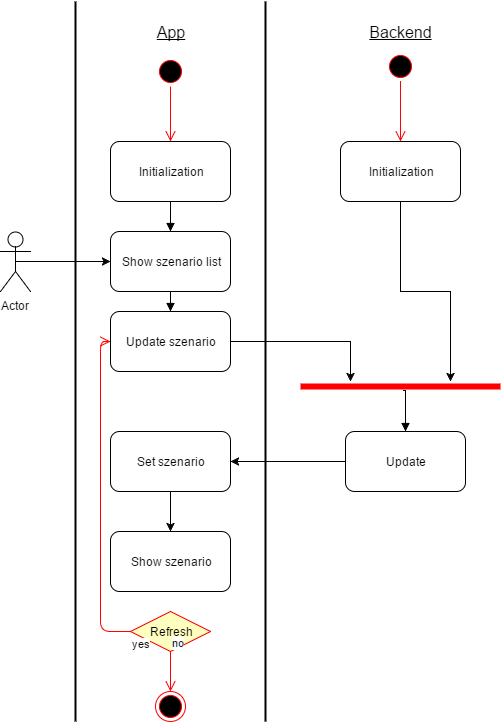
FleeAndCatch-Dev/FleeAndCatch-Docs keeps this draw.io diagram as documentation/images/use_cases/Spectator.png. Above is the earlier version. Source tidied: cells renumbered, new cells last; positions are measured from the earlier drawing's top-left corner, leaving out a move shared by most shapes. Its diagram source:
```xml
<mxGraphModel>
  <root>
    <mxCell id="0" />
    <mxCell id="1" parent="0" />
    <mxCell id="2" style="line;strokeWidth=2;direction=south;html=1;" parent="1" vertex="1">
      <mxGeometry x="260" width="10" height="720" as="geometry" />
    </mxCell>
    <mxCell id="3" value="Backend" style="text;html=1;strokeColor=none;fillColor=none;align=center;verticalAlign=middle;whiteSpace=wrap;fontSize=16;fontStyle=4;" parent="1" vertex="1">
      <mxGeometry x="380" y="20" width="40" height="20" as="geometry" />
    </mxCell>
    <mxCell id="4" value="Actor" style="shape=umlActor;verticalLabelPosition=bottom;labelBackgroundColor=#ffffff;verticalAlign=top;html=1;" parent="1" vertex="1">
      <mxGeometry y="230" width="30" height="60" as="geometry" />
    </mxCell>
    <mxCell id="5" value="App" style="text;html=1;strokeColor=none;fillColor=none;align=center;verticalAlign=middle;whiteSpace=wrap;fontSize=16;fontStyle=4;" parent="1" vertex="1">
      <mxGeometry x="150" y="20" width="40" height="20" as="geometry" />
    </mxCell>
    <mxCell id="6" style="line;strokeWidth=2;direction=south;html=1;" parent="1" vertex="1">
      <mxGeometry x="70" width="10" height="720" as="geometry" />
    </mxCell>
    <mxCell id="7" value="Initialization&lt;br&gt;" style="rounded=1;whiteSpace=wrap;html=1;" parent="1" vertex="1">
      <mxGeometry x="110" y="140" width="120" height="60" as="geometry" />
    </mxCell>
    <mxCell id="8" value="Initialization" style="rounded=1;whiteSpace=wrap;html=1;" parent="1" vertex="1">
      <mxGeometry x="340" y="140" width="120" height="60" as="geometry" />
    </mxCell>
    <mxCell id="9" style="ellipse;html=1;shape=startState;fillColor=#000000;strokeColor=#ff0000;" parent="1" vertex="1">
      <mxGeometry x="155" y="55" width="30" height="30" as="geometry" />
    </mxCell>
    <mxCell id="10" style="edgeStyle=orthogonalEdgeStyle;html=1;verticalAlign=bottom;endArrow=open;endSize=8;strokeColor=#ff0000;entryX=0.5;entryY=0;" parent="1" edge="1" source="9" target="7">
      <mxGeometry x="50" y="125" as="geometry" />
    </mxCell>
    <mxCell id="11" style="ellipse;html=1;shape=startState;fillColor=#000000;strokeColor=#ff0000;" parent="1" vertex="1">
      <mxGeometry x="385" y="50" width="30" height="30" as="geometry" />
    </mxCell>
    <mxCell id="12" style="edgeStyle=orthogonalEdgeStyle;html=1;verticalAlign=bottom;endArrow=open;endSize=8;strokeColor=#ff0000;entryX=0.5;entryY=0;" parent="1" edge="1" source="11" target="8">
      <mxGeometry x="280" y="120" as="geometry">
        <Array as="points">
          <mxPoint x="400" y="130" />
          <mxPoint x="400" y="130" />
        </Array>
      </mxGeometry>
    </mxCell>
    <mxCell id="13" value="Update" style="rounded=1;whiteSpace=wrap;html=1;" parent="1" vertex="1">
      <mxGeometry x="345" y="430" width="120" height="60" as="geometry" />
    </mxCell>
    <mxCell id="14" style="edgeStyle=orthogonalEdgeStyle;rounded=0;html=1;exitX=0.5;exitY=1;entryX=0.5;entryY=0;endArrow=block;endFill=1;jettySize=auto;fontSize=16;" parent="1" edge="1" source="15" target="18">
      <mxGeometry relative="1" as="geometry" />
    </mxCell>
    <mxCell id="15" value="Show szenario list&lt;br&gt;" style="rounded=1;whiteSpace=wrap;html=1;" parent="1" vertex="1">
      <mxGeometry x="110" y="230" width="120" height="60" as="geometry" />
    </mxCell>
    <mxCell id="16" style="edgeStyle=orthogonalEdgeStyle;rounded=0;html=1;exitX=0.5;exitY=1;entryX=0.5;entryY=0;endArrow=block;endFill=1;jettySize=auto;" parent="1" edge="1" source="7" target="15">
      <mxGeometry x="50" y="240" as="geometry" />
    </mxCell>
    <mxCell id="17" style="shape=line;html=1;strokeWidth=6;strokeColor=#ff0000;" parent="1" vertex="1">
      <mxGeometry x="300" y="380" width="200" height="10" as="geometry" />
    </mxCell>
    <mxCell id="18" value="Update szenario" style="rounded=1;whiteSpace=wrap;html=1;" parent="1" vertex="1">
      <mxGeometry x="110" y="310" width="120" height="60" as="geometry" />
    </mxCell>
    <mxCell id="19" value="Set szenario" style="rounded=1;whiteSpace=wrap;html=1;" parent="1" vertex="1">
      <mxGeometry x="110" y="430" width="120" height="60" as="geometry" />
    </mxCell>
    <mxCell id="20" style="ellipse;html=1;shape=endState;fillColor=#000000;strokeColor=#ff0000;" parent="1" vertex="1">
      <mxGeometry x="155" y="690" width="30" height="30" as="geometry" />
    </mxCell>
    <mxCell id="21" style="edgeStyle=orthogonalEdgeStyle;rounded=0;html=1;exitX=0.5;exitY=0.5;exitPerimeter=0;entryX=0;entryY=0.5;jettySize=auto;" parent="1" edge="1" source="4" target="15">
      <mxGeometry relative="1" as="geometry" />
    </mxCell>
    <mxCell id="22" style="edgeStyle=orthogonalEdgeStyle;rounded=0;html=1;exitX=1;exitY=0.5;jettySize=auto;" parent="1" edge="1" source="18">
      <mxGeometry relative="1" as="geometry">
        <mxPoint x="350" y="380" as="targetPoint" />
        <Array as="points">
          <mxPoint x="350" y="340" />
        </Array>
      </mxGeometry>
    </mxCell>
    <mxCell id="23" style="edgeStyle=orthogonalEdgeStyle;rounded=0;html=1;exitX=0.5;exitY=1;jettySize=auto;" parent="1" edge="1" source="8">
      <mxGeometry relative="1" as="geometry">
        <mxPoint x="450" y="380" as="targetPoint" />
      </mxGeometry>
    </mxCell>
    <mxCell id="24" style="edgeStyle=orthogonalEdgeStyle;rounded=0;html=1;entryX=0.5;entryY=0;endArrow=block;endFill=1;jettySize=auto;fontSize=16;exitX=0.515;exitY=0.9;exitPerimeter=0;" parent="1" edge="1" source="17" target="13">
      <mxGeometry x="600" y="430" as="geometry">
        <Array as="points">
          <mxPoint x="405" y="389" />
        </Array>
      </mxGeometry>
    </mxCell>
    <mxCell id="25" value="Show szenario" style="rounded=1;whiteSpace=wrap;html=1;" parent="1" vertex="1">
      <mxGeometry x="110" y="530" width="120" height="60" as="geometry" />
    </mxCell>
    <mxCell id="26" style="edgeStyle=orthogonalEdgeStyle;rounded=0;html=1;exitX=0.5;exitY=1;entryX=0.5;entryY=0;jettySize=auto;" parent="1" edge="1" source="19" target="25">
      <mxGeometry relative="1" as="geometry" />
    </mxCell>
    <mxCell id="27" style="edgeStyle=orthogonalEdgeStyle;rounded=0;html=1;exitX=0;exitY=0.5;entryX=1;entryY=0.5;jettySize=auto;" parent="1" edge="1" source="13" target="19">
      <mxGeometry relative="1" as="geometry" />
    </mxCell>
    <mxCell id="28" value="Refresh" style="rhombus;whiteSpace=wrap;html=1;fillColor=#ffffc0;strokeColor=#ff0000;" parent="1" vertex="1">
      <mxGeometry x="130" y="610" width="80" height="40" as="geometry" />
    </mxCell>
    <mxCell id="29" value="no" style="edgeStyle=orthogonalEdgeStyle;html=1;align=left;verticalAlign=bottom;endArrow=open;endSize=8;strokeColor=#ff0000;entryX=0.5;entryY=0;" parent="1" edge="1" source="28" target="20">
      <mxGeometry x="-1" relative="1" as="geometry">
        <Array as="points">
          <mxPoint x="170" y="690" />
          <mxPoint x="170" y="690" />
        </Array>
      </mxGeometry>
    </mxCell>
    <mxCell id="30" value="yes" style="edgeStyle=orthogonalEdgeStyle;html=1;align=left;verticalAlign=top;endArrow=open;endSize=8;strokeColor=#ff0000;entryX=0;entryY=0.5;" parent="1" edge="1" source="28" target="18">
      <mxGeometry x="-1" relative="1" as="geometry">
        <Array as="points">
          <mxPoint x="100" y="630" />
          <mxPoint x="100" y="340" />
        </Array>
      </mxGeometry>
    </mxCell>
  </root>
</mxGraphModel>
```
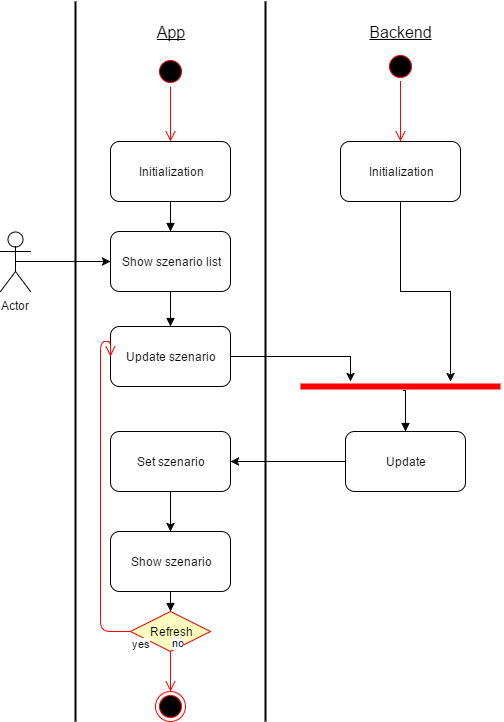
The same diagram one commit later.

Diff of the diagram source:
```diff
@@ -56,7 +56,7 @@
       <mxGeometry x="300" y="380" width="200" height="10" as="geometry" />
     </mxCell>
     <mxCell id="18" value="Update szenario" style="rounded=1;whiteSpace=wrap;html=1;" parent="1" vertex="1">
-      <mxGeometry x="110" y="310" width="120" height="60" as="geometry" />
+      <mxGeometry x="110" y="325" width="120" height="60" as="geometry" />
     </mxCell>
     <mxCell id="19" value="Set szenario" style="rounded=1;whiteSpace=wrap;html=1;" parent="1" vertex="1">
       <mxGeometry x="110" y="430" width="120" height="60" as="geometry" />
@@ -71,7 +71,7 @@
       <mxGeometry relative="1" as="geometry">
         <mxPoint x="350" y="380" as="targetPoint" />
         <Array as="points">
-          <mxPoint x="350" y="340" />
+          <mxPoint x="350" y="355" />
         </Array>
       </mxGeometry>
     </mxCell>
@@ -87,6 +87,9 @@
         </Array>
       </mxGeometry>
     </mxCell>
+    <mxCell id="31" style="edgeStyle=orthogonalEdgeStyle;rounded=0;html=1;exitX=0.5;exitY=1;entryX=0.5;entryY=0;startArrow=none;startFill=0;endArrow=block;endFill=1;jettySize=auto;" parent="1" edge="1" source="25" target="28">
+      <mxGeometry relative="1" as="geometry" />
+    </mxCell>
     <mxCell id="25" value="Show szenario" style="rounded=1;whiteSpace=wrap;html=1;" parent="1" vertex="1">
       <mxGeometry x="110" y="530" width="120" height="60" as="geometry" />
     </mxCell>
```
